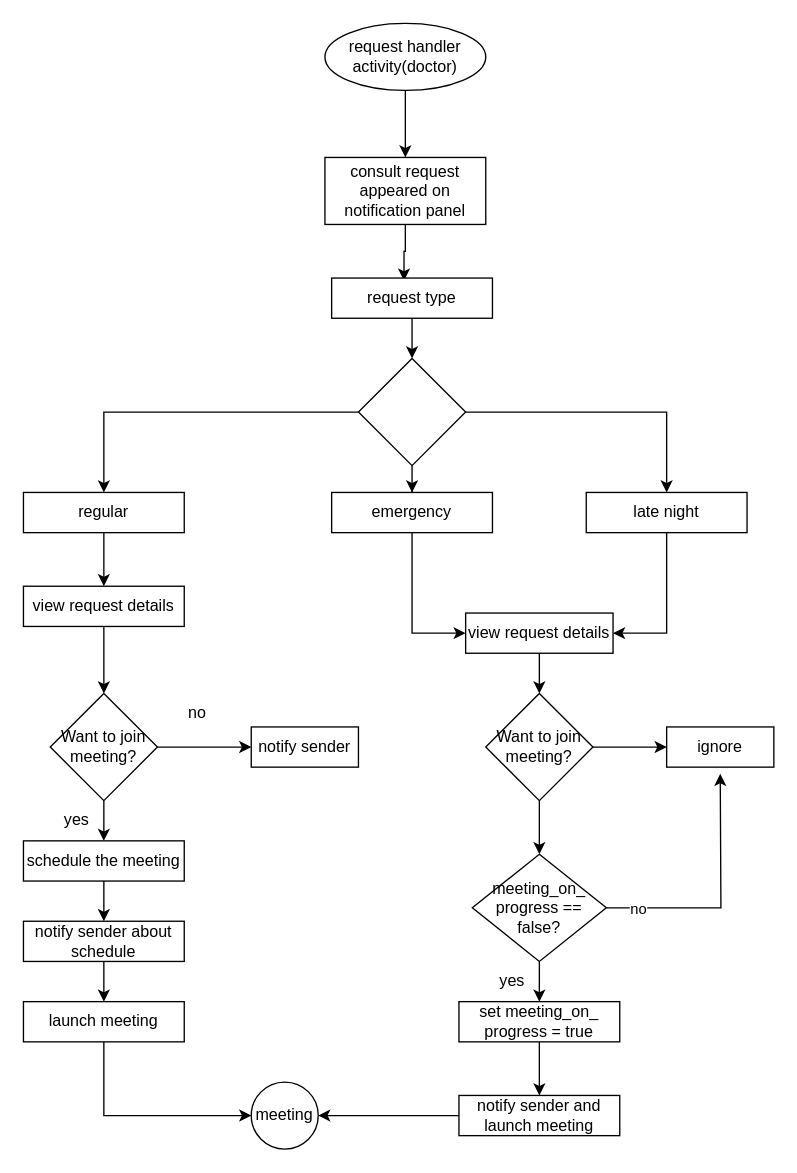
Above: Response.drawio in souravbiswassanto/Projects (draw.io), before the change. Source tidied: cells renumbered, new cells numbered last; positions are measured from the earlier drawing's top-left corner, leaving out a move shared by most shapes. Both pictures are drawn from the tidied source at 134%, with x=0, y=0 at pixel (23, 23).
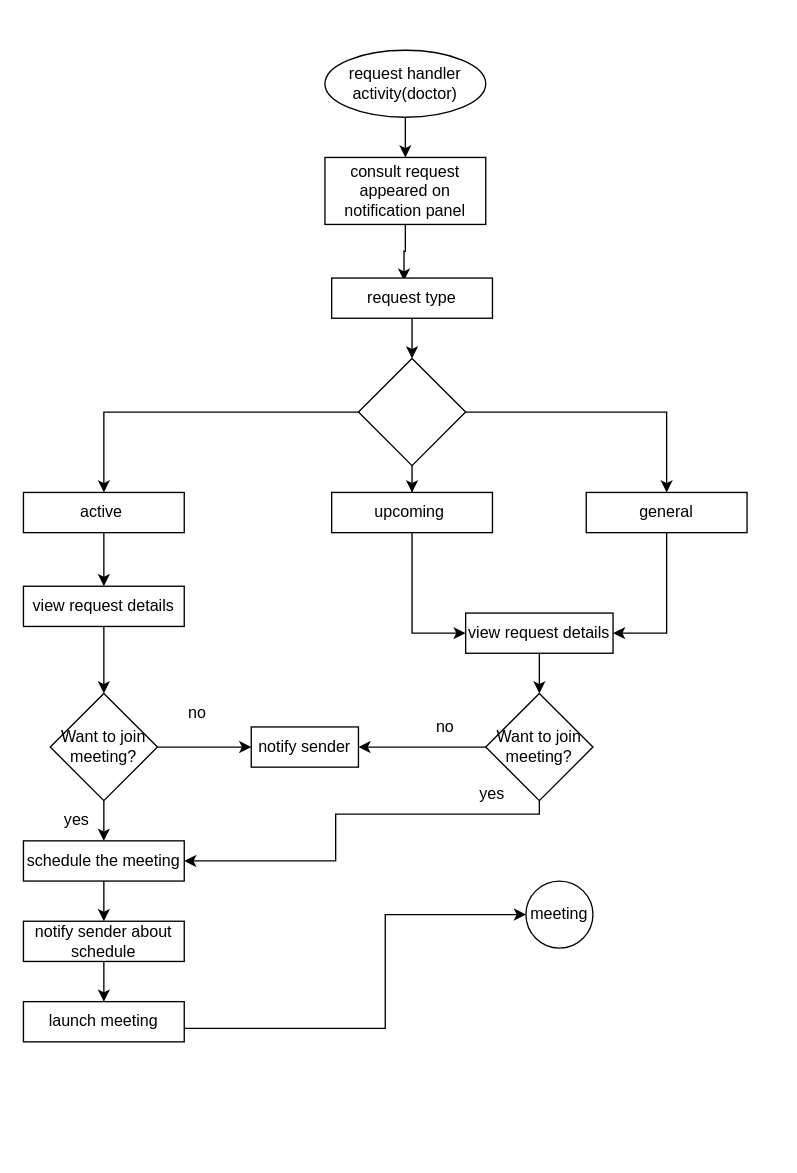
The same diagram, later.

Unchanged cells that the change refers to:
```xml
<mxCell id="26" value="schedule the meeting" style="rounded=0;whiteSpace=wrap;html=1;" parent="1" vertex="1">
  <mxGeometry y="610" width="120" height="30" as="geometry" />
</mxCell>
<mxCell id="28" value="launch meeting" style="rounded=0;whiteSpace=wrap;html=1;" parent="1" vertex="1">
  <mxGeometry y="730" width="120" height="30" as="geometry" />
</mxCell>
<mxCell id="29" value="notify sender" style="rounded=0;whiteSpace=wrap;html=1;" parent="1" vertex="1">
  <mxGeometry x="170" y="525" width="80" height="30" as="geometry" />
</mxCell>
<mxCell id="34" value="Want to join meeting?" style="rhombus;whiteSpace=wrap;html=1;" parent="1" vertex="1">
  <mxGeometry x="345" y="500" width="80" height="80" as="geometry" />
</mxCell>
```

Change to the diagram source:
```diff
@@
     <mxCell id="3" value="request handler activity(doctor)" style="ellipse;whiteSpace=wrap;html=1;" parent="1" vertex="1">
-      <mxGeometry x="225" width="120" height="50" as="geometry" />
+      <mxGeometry x="225" y="20" width="120" height="50" as="geometry" />
     </mxCell>
@@
-    <mxCell id="13" value="late night" style="rounded=0;whiteSpace=wrap;html=1;" parent="1" vertex="1">
+    <mxCell id="13" value="general" style="rounded=0;whiteSpace=wrap;html=1;" parent="1" vertex="1">
       <mxGeometry x="420" y="350" width="120" height="30" as="geometry" />
     </mxCell>
@@
-    <mxCell id="15" value="emergency" style="rounded=0;whiteSpace=wrap;html=1;" parent="1" vertex="1">
+    <mxCell id="15" value="upcoming&amp;nbsp;" style="rounded=0;whiteSpace=wrap;html=1;" parent="1" vertex="1">
       <mxGeometry x="230" y="350" width="120" height="30" as="geometry" />
     </mxCell>
@@
-    <mxCell id="17" value="regular" style="rounded=0;whiteSpace=wrap;html=1;" parent="1" vertex="1">
+    <mxCell id="17" value="active&amp;nbsp;" style="rounded=0;whiteSpace=wrap;html=1;" parent="1" vertex="1">
       <mxGeometry y="350" width="120" height="30" as="geometry" />
     </mxCell>
@@
     <mxCell id="27" style="edgeStyle=orthogonalEdgeStyle;rounded=0;jettySize=auto;html=1;entryX=0;entryY=0.5;entryDx=0;entryDy=0;" parent="1" edge="1" source="28" target="47">
       <mxGeometry relative="1" as="geometry">
         <Array as="points">
-          <mxPoint x="60" y="815" />
+          <mxPoint x="270" y="750" />
+          <mxPoint x="270" y="665" />
         </Array>
       </mxGeometry>
     </mxCell>
@@
-    <mxCell id="32" style="edgeStyle=orthogonalEdgeStyle;rounded=0;jettySize=auto;html=1;entryX=0;entryY=0.5;entryDx=0;entryDy=0;" parent="1" edge="1" source="34" target="35">
-      <mxGeometry relative="1" as="geometry" />
-    </mxCell>
-    <mxCell id="33" style="edgeStyle=orthogonalEdgeStyle;rounded=0;jettySize=auto;html=1;" parent="1" edge="1" source="34" target="43">
-      <mxGeometry relative="1" as="geometry" />
+    <mxCell id="33" style="edgeStyle=orthogonalEdgeStyle;rounded=0;jettySize=auto;html=1;entryX=1;entryY=0.5;entryDx=0;entryDy=0;" parent="1" edge="1" source="34" target="26">
+      <mxGeometry relative="1" as="geometry">
+        <Array as="points">
+          <mxPoint x="385" y="590" />
+          <mxPoint x="233" y="590" />
+          <mxPoint x="233" y="625" />
+        </Array>
+      </mxGeometry>
     </mxCell>
+    <mxCell id="48" style="edgeStyle=orthogonalEdgeStyle;rounded=0;jettySize=auto;html=1;entryX=1;entryY=0.5;entryDx=0;entryDy=0;" parent="1" edge="1" source="34" target="29">
+      <mxGeometry relative="1" as="geometry" />
+    </mxCell>
@@
-    <mxCell id="35" value="ignore" style="rounded=0;whiteSpace=wrap;html=1;" parent="1" vertex="1">
-      <mxGeometry x="480" y="525" width="80" height="30" as="geometry" />
-    </mxCell>
-    <mxCell id="36" style="edgeStyle=orthogonalEdgeStyle;rounded=0;jettySize=auto;html=1;" parent="1" edge="1" source="37" target="47">
-      <mxGeometry relative="1" as="geometry" />
-    </mxCell>
-    <mxCell id="37" value="notify sender and launch meeting" style="rounded=0;whiteSpace=wrap;html=1;" parent="1" vertex="1">
-      <mxGeometry x="325" y="800" width="120" height="30" as="geometry" />
-    </mxCell>
-    <mxCell id="38" style="edgeStyle=orthogonalEdgeStyle;rounded=0;jettySize=auto;html=1;" parent="1" edge="1" source="39" target="37">
-      <mxGeometry relative="1" as="geometry" />
-    </mxCell>
-    <mxCell id="39" value="set meeting_on_&lt;br&gt;progress = true" style="rounded=0;whiteSpace=wrap;html=1;" parent="1" vertex="1">
-      <mxGeometry x="325" y="730" width="120" height="30" as="geometry" />
-    </mxCell>
-    <mxCell id="40" style="edgeStyle=orthogonalEdgeStyle;rounded=0;jettySize=auto;html=1;" parent="1" edge="1" source="43" target="39">
-      <mxGeometry relative="1" as="geometry" />
-    </mxCell>
-    <mxCell id="41" style="edgeStyle=orthogonalEdgeStyle;rounded=0;jettySize=auto;html=1;" parent="1" edge="1" source="43">
-      <mxGeometry relative="1" as="geometry">
-        <mxPoint x="520" y="560" as="targetPoint" />
-      </mxGeometry>
-    </mxCell>
-    <mxCell id="42" value="no" style="edgeLabel;html=1;align=center;verticalAlign=middle;" parent="41" vertex="1">
-      <mxGeometry x="-0.75" relative="1" as="geometry" />
-    </mxCell>
-    <mxCell id="43" value="meeting_on_&lt;br&gt;progress == false?" style="rhombus;whiteSpace=wrap;html=1;" parent="1" vertex="1">
-      <mxGeometry x="335" y="620" width="100" height="80" as="geometry" />
-    </mxCell>
@@
+    <mxCell id="47" value="meeting" style="ellipse;whiteSpace=wrap;html=1;" parent="1" vertex="1">
+      <mxGeometry x="375" y="640" width="50" height="50" as="geometry" />
+    </mxCell>
+    <mxCell id="42" value="no" style="text;html=1;strokeColor=none;fillColor=none;align=center;verticalAlign=middle;whiteSpace=wrap;rounded=0;" parent="1" vertex="1">
+      <mxGeometry x="285" y="510" width="60" height="30" as="geometry" />
+    </mxCell>
     <mxCell id="46" value="yes" style="text;html=1;strokeColor=none;fillColor=none;align=center;verticalAlign=middle;whiteSpace=wrap;rounded=0;" parent="1" vertex="1">
-      <mxGeometry x="335" y="700" width="60" height="30" as="geometry" />
+      <mxGeometry x="320" y="560" width="60" height="30" as="geometry" />
     </mxCell>
-    <mxCell id="47" value="meeting" style="ellipse;whiteSpace=wrap;html=1;" parent="1" vertex="1">
-      <mxGeometry x="170" y="790" width="50" height="50" as="geometry" />
-    </mxCell>
```
